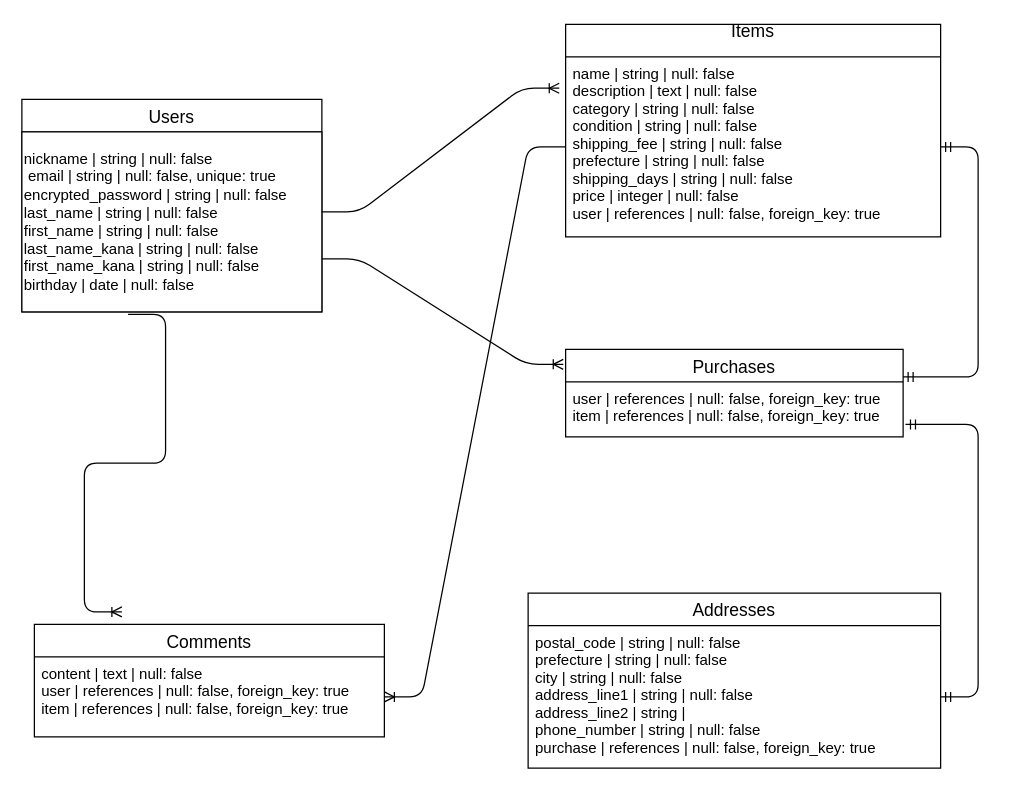
sun2525/furima-41906 keeps this draw.io diagram as furima.dio. Above is the earlier version. Source tidied: cells renumbered, new cells numbered last; positions are measured from the earlier drawing's top-left corner, leaving out a move shared by most shapes. Both pictures are drawn from the tidied source at 125%, with x=0, y=0 at pixel (21, 24).
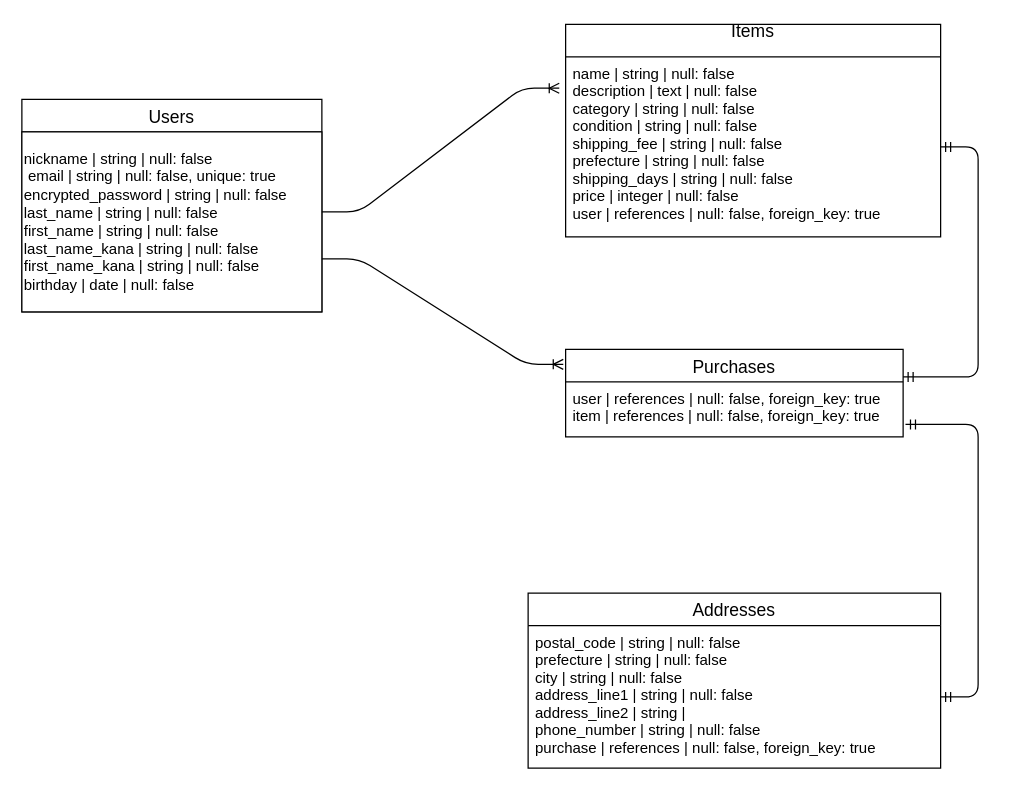
The same diagram, later.

Commit message (it also covers changes not shown here):
ActiveHash記述、Comments テーブル削除、カラム名変更

Change to the diagram source:
```diff
@@
 <mxGraphModel>
   <root>
     <mxCell id="0" />
     <mxCell id="1" parent="0" />
     <mxCell id="2" value="Users" style="swimlane;fontStyle=0;horizontal=1;startSize=26;align=center;fontSize=14;" parent="1" vertex="1">
       <mxGeometry y="60" width="240" height="170" as="geometry" />
     </mxCell>
     <mxCell id="3" value="nickname            | string | null: false&amp;nbsp;&lt;br&gt;&amp;nbsp;email               | string | null: false, unique: true&amp;nbsp;&lt;br&gt;encrypted&lt;span class=&quot;hljs-emphasis&quot;&gt;_password  | string | null: false&amp;nbsp;&lt;br&gt;last_&lt;/span&gt;name           | string | null: false&amp;nbsp;&lt;br&gt;first&lt;span class=&quot;hljs-emphasis&quot;&gt;_name          | string | null: false&amp;nbsp;&lt;br&gt;last_&lt;/span&gt;name&lt;span class=&quot;hljs-emphasis&quot;&gt;_kana      | string | null: false&amp;nbsp;&lt;br&gt;first_&lt;/span&gt;name&lt;span class=&quot;hljs-emphasis&quot;&gt;_kana     | string | null: false&amp;nbsp;&lt;br&gt;birthday            | date   | null: false&amp;nbsp;&amp;nbsp;&lt;/span&gt;" style="rounded=0;whiteSpace=wrap;html=1;align=left;" parent="2" vertex="1">
       <mxGeometry y="26" width="240" height="144" as="geometry" />
     </mxCell>
     <mxCell id="4" value="Purchases" style="swimlane;fontStyle=0;horizontal=1;startSize=26;align=center;fontSize=14;" parent="1" vertex="1">
       <mxGeometry x="435" y="260" width="270" height="70" as="geometry" />
     </mxCell>
     <mxCell id="5" value="user           | references | null: false, foreign_key: true &#10;item           | references | null: false, foreign_key: true " style="text;strokeColor=none;fillColor=none;spacingLeft=4;spacingRight=4;overflow=hidden;points=[[0,0.5],[1,0.5]];portConstraint=eastwest;fontSize=12;" parent="4" vertex="1">
       <mxGeometry y="26" width="270" height="44" as="geometry" />
     </mxCell>
-    <mxCell id="6" value="Comments" style="swimlane;fontStyle=0;horizontal=1;startSize=26;align=center;fontSize=14;" parent="1" vertex="1">
-      <mxGeometry x="10" y="480" width="280" height="90" as="geometry" />
-    </mxCell>
-    <mxCell id="7" value="content    | text       | null: false &#10;user       | references | null: false, foreign_key: true &#10;item       | references | null: false, foreign_key: true " style="text;strokeColor=none;fillColor=none;spacingLeft=4;spacingRight=4;overflow=hidden;points=[[0,0.5],[1,0.5]];portConstraint=eastwest;fontSize=12;" parent="6" vertex="1">
-      <mxGeometry y="26" width="280" height="64" as="geometry" />
-    </mxCell>
     <mxCell id="8" value="Items&#10;" style="swimlane;fontStyle=0;horizontal=1;startSize=26;align=center;fontSize=14;" parent="1" vertex="1">
       <mxGeometry x="435" width="300" height="170" as="geometry" />
     </mxCell>
     <mxCell id="9" value="name               | string     | null: false &#10;description        | text       | null: false &#10;category           | string     | null: false &#10;condition          | string     | null: false &#10;shipping_fee       | string     | null: false &#10;prefecture         | string     | null: false &#10;shipping_days      | string     | null: false &#10;price              | integer    | null: false &#10;user               | references | null: false, foreign_key: true" style="text;strokeColor=none;fillColor=none;spacingLeft=4;spacingRight=4;overflow=hidden;points=[[0,0.5],[1,0.5]];portConstraint=eastwest;fontSize=12;" parent="8" vertex="1">
       <mxGeometry y="26" width="300" height="144" as="geometry" />
     </mxCell>
     <mxCell id="10" value="Addresses" style="swimlane;fontStyle=0;horizontal=1;startSize=26;align=center;fontSize=14;" parent="1" vertex="1">
       <mxGeometry x="405" y="455" width="330" height="140" as="geometry" />
     </mxCell>
     <mxCell id="11" value="postal_code    | string     | null: false &#10;prefecture     | string     | null: false &#10;city           | string     | null: false &#10;address_line1  | string     | null: false &#10;address_line2  | string     | &#10;phone_number   | string     | null: false &#10;purchase       | references | null: false, foreign_key: true " style="text;strokeColor=none;fillColor=none;spacingLeft=4;spacingRight=4;overflow=hidden;points=[[0,0.5],[1,0.5]];portConstraint=eastwest;fontSize=12;" parent="10" vertex="1">
       <mxGeometry y="26" width="330" height="114" as="geometry" />
     </mxCell>
-    <mxCell id="12" style="edgeStyle=entityRelationEdgeStyle;fontSize=12;html=1;endArrow=ERoneToMany;exitX=0.354;exitY=1.014;exitDx=0;exitDy=0;exitPerimeter=0;" parent="1" edge="1" source="3">
-      <mxGeometry relative="1" as="geometry">
-        <mxPoint x="80" y="470" as="targetPoint" />
-      </mxGeometry>
-    </mxCell>
     <mxCell id="13" style="edgeStyle=entityRelationEdgeStyle;fontSize=12;html=1;endArrow=ERoneToMany;entryX=-0.017;entryY=0.174;entryDx=0;entryDy=0;entryPerimeter=0;" parent="1" edge="1" target="9">
       <mxGeometry relative="1" as="geometry">
         <mxPoint x="240" y="150" as="sourcePoint" />
       </mxGeometry>
     </mxCell>
     <mxCell id="14" style="edgeStyle=entityRelationEdgeStyle;fontSize=12;html=1;endArrow=ERoneToMany;exitX=1;exitY=0.75;exitDx=0;exitDy=0;entryX=-0.007;entryY=0.171;entryDx=0;entryDy=0;entryPerimeter=0;" parent="1" edge="1" source="2" target="4">
       <mxGeometry relative="1" as="geometry" />
     </mxCell>
-    <mxCell id="15" style="edgeStyle=entityRelationEdgeStyle;fontSize=12;html=1;endArrow=ERoneToMany;" parent="1" edge="1" source="9" target="7">
-      <mxGeometry relative="1" as="geometry" />
-    </mxCell>
     <mxCell id="16" style="edgeStyle=entityRelationEdgeStyle;fontSize=12;html=1;endArrow=ERmandOne;startArrow=ERmandOne;exitX=1;exitY=-0.091;exitDx=0;exitDy=0;exitPerimeter=0;" parent="1" edge="1" source="5" target="9">
       <mxGeometry relative="1" as="geometry" />
     </mxCell>
     <mxCell id="17" style="edgeStyle=entityRelationEdgeStyle;fontSize=12;html=1;endArrow=ERmandOne;startArrow=ERmandOne;entryX=1.007;entryY=0.773;entryDx=0;entryDy=0;entryPerimeter=0;" parent="1" edge="1" source="11" target="5">
       <mxGeometry relative="1" as="geometry" />
     </mxCell>
   </root>
 </mxGraphModel>
```
